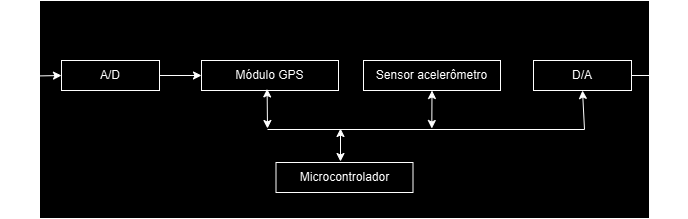
Earlier version of the draw.io export images/blocos-bike.png (JeanMagnus/bicicletario-universitario). Source tidied: cells renumbered, new cells last; positions are measured from the earlier drawing's top-left corner, leaving out a move shared by most shapes. The source it was exported from:
```xml
<mxGraphModel>
  <root>
    <mxCell id="0" />
    <mxCell id="1" parent="0" />
    <mxCell id="2" style="rounded=0;whiteSpace=wrap;html=1;" parent="1" vertex="1">
      <mxGeometry x="32" width="610" height="218" as="geometry" />
    </mxCell>
    <mxCell id="3" style="edgeStyle=orthogonalEdgeStyle;rounded=0;jettySize=auto;html=1;exitX=0;exitY=0.5;exitDx=0;exitDy=0;entryX=0;entryY=0.5;entryDx=0;entryDy=0;" parent="1" edge="1" target="5">
      <mxGeometry relative="1" as="geometry">
        <mxPoint y="75" as="sourcePoint" />
      </mxGeometry>
    </mxCell>
    <mxCell id="4" style="edgeStyle=orthogonalEdgeStyle;rounded=0;jettySize=auto;html=1;exitX=1;exitY=0.5;exitDx=0;exitDy=0;entryX=0;entryY=0.5;entryDx=0;entryDy=0;" parent="1" edge="1" source="5" target="6">
      <mxGeometry relative="1" as="geometry" />
    </mxCell>
    <mxCell id="5" value="A/D" style="rounded=0;whiteSpace=wrap;html=1;" parent="1" vertex="1">
      <mxGeometry x="54" y="60" width="98" height="30" as="geometry" />
    </mxCell>
    <mxCell id="6" value="Módulo GPS" style="rounded=0;whiteSpace=wrap;html=1;" parent="1" vertex="1">
      <mxGeometry x="194" y="60" width="137" height="30" as="geometry" />
    </mxCell>
    <mxCell id="7" value="Sensor acelerômetro" style="rounded=0;whiteSpace=wrap;html=1;" parent="1" vertex="1">
      <mxGeometry x="356" y="60" width="137" height="30" as="geometry" />
    </mxCell>
    <mxCell id="8" style="edgeStyle=orthogonalEdgeStyle;rounded=0;jettySize=auto;html=1;exitX=1;exitY=0.5;exitDx=0;exitDy=0;" parent="1" edge="1" source="9">
      <mxGeometry relative="1" as="geometry">
        <mxPoint x="672" y="75" as="targetPoint" />
      </mxGeometry>
    </mxCell>
    <mxCell id="9" value="D/A" style="rounded=0;whiteSpace=wrap;html=1;" parent="1" vertex="1">
      <mxGeometry x="526" y="60" width="98" height="30" as="geometry" />
    </mxCell>
    <mxCell id="10" value="Microcontrolador" style="rounded=0;whiteSpace=wrap;html=1;" parent="1" vertex="1">
      <mxGeometry x="268.5" y="162" width="137" height="30" as="geometry" />
    </mxCell>
    <mxCell id="11" style="endArrow=classic;html=1;rounded=0;entryX=0.5;entryY=1;entryDx=0;entryDy=0;" parent="1" edge="1" target="9">
      <mxGeometry relative="1" as="geometry">
        <mxPoint x="260" y="129" as="sourcePoint" />
        <Array as="points">
          <mxPoint x="577" y="129" />
        </Array>
      </mxGeometry>
    </mxCell>
    <mxCell id="12" style="endArrow=classic;startArrow=classic;html=1;rounded=0;" parent="1" edge="1">
      <mxGeometry relative="1" as="geometry">
        <mxPoint x="333" y="161" as="sourcePoint" />
        <mxPoint x="333" y="128" as="targetPoint" />
      </mxGeometry>
    </mxCell>
    <mxCell id="13" style="endArrow=classic;startArrow=classic;html=1;rounded=0;entryX=0.479;entryY=0.947;entryDx=0;entryDy=0;entryPerimeter=0;" parent="1" edge="1" target="6">
      <mxGeometry relative="1" as="geometry">
        <mxPoint x="260" y="128" as="sourcePoint" />
      </mxGeometry>
    </mxCell>
    <mxCell id="14" style="endArrow=classic;startArrow=classic;html=1;rounded=0;entryX=0.5;entryY=1;entryDx=0;entryDy=0;" parent="1" edge="1" target="7">
      <mxGeometry relative="1" as="geometry">
        <mxPoint x="424.3" y="128" as="sourcePoint" />
      </mxGeometry>
    </mxCell>
  </root>
</mxGraphModel>
```
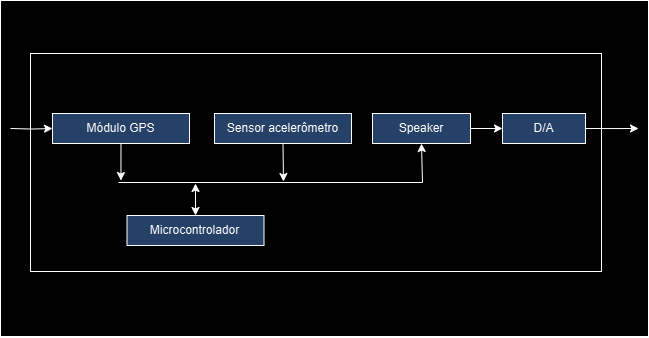
The same diagram one commit later.

Change to the diagram source:
```diff
@@ -2,60 +2,62 @@
   <root>
     <mxCell id="0" />
     <mxCell id="1" parent="0" />
+    <mxCell id="15" style="rounded=0;whiteSpace=wrap;html=1;shadow=0;" parent="1" vertex="1">
+      <mxGeometry x="142" y="-53" width="648" height="336" as="geometry" />
+    </mxCell>
     <mxCell id="2" style="rounded=0;whiteSpace=wrap;html=1;" parent="1" vertex="1">
-      <mxGeometry x="32" width="610" height="218" as="geometry" />
+      <mxGeometry x="172" width="571" height="218" as="geometry" />
     </mxCell>
-    <mxCell id="3" style="edgeStyle=orthogonalEdgeStyle;rounded=0;jettySize=auto;html=1;exitX=0;exitY=0.5;exitDx=0;exitDy=0;entryX=0;entryY=0.5;entryDx=0;entryDy=0;" parent="1" edge="1" target="5">
-      <mxGeometry relative="1" as="geometry">
-        <mxPoint y="75" as="sourcePoint" />
-      </mxGeometry>
-    </mxCell>
-    <mxCell id="4" style="edgeStyle=orthogonalEdgeStyle;rounded=0;jettySize=auto;html=1;exitX=1;exitY=0.5;exitDx=0;exitDy=0;entryX=0;entryY=0.5;entryDx=0;entryDy=0;" parent="1" edge="1" source="5" target="6">
-      <mxGeometry relative="1" as="geometry" />
+    <mxCell id="4" style="edgeStyle=orthogonalEdgeStyle;rounded=0;jettySize=auto;html=1;exitX=1;exitY=0.5;exitDx=0;exitDy=0;entryX=0;entryY=0.5;entryDx=0;entryDy=0;" parent="1" edge="1" target="6">
+      <mxGeometry relative="1" as="geometry">
+        <mxPoint x="152" y="75" as="sourcePoint" />
+      </mxGeometry>
     </mxCell>
-    <mxCell id="5" value="A/D" style="rounded=0;whiteSpace=wrap;html=1;" parent="1" vertex="1">
-      <mxGeometry x="54" y="60" width="98" height="30" as="geometry" />
-    </mxCell>
+    <mxCell id="16" style="edgeStyle=orthogonalEdgeStyle;rounded=0;jettySize=auto;html=1;exitX=0.5;exitY=1;exitDx=0;exitDy=0;" parent="1" edge="1" source="6">
+      <mxGeometry relative="1" as="geometry">
+        <mxPoint x="262.4" y="127" as="targetPoint" />
+      </mxGeometry>
+    </mxCell>
-    <mxCell id="6" value="Módulo GPS" style="rounded=0;whiteSpace=wrap;html=1;" parent="1" vertex="1">
+    <mxCell id="6" value="Módulo GPS" style="rounded=0;whiteSpace=wrap;html=1;fillColor=#A9C4EB;" parent="1" vertex="1">
       <mxGeometry x="194" y="60" width="137" height="30" as="geometry" />
     </mxCell>
+    <mxCell id="17" style="edgeStyle=orthogonalEdgeStyle;rounded=0;jettySize=auto;html=1;exitX=0.5;exitY=1;exitDx=0;exitDy=0;" parent="1" edge="1" source="7">
+      <mxGeometry relative="1" as="geometry">
+        <mxPoint x="425" y="128" as="targetPoint" />
+      </mxGeometry>
+    </mxCell>
-    <mxCell id="7" value="Sensor acelerômetro" style="rounded=0;whiteSpace=wrap;html=1;" parent="1" vertex="1">
+    <mxCell id="7" value="Sensor acelerômetro" style="rounded=0;whiteSpace=wrap;html=1;fillColor=#A9C4EB;" parent="1" vertex="1">
       <mxGeometry x="356" y="60" width="137" height="30" as="geometry" />
     </mxCell>
-    <mxCell id="8" style="edgeStyle=orthogonalEdgeStyle;rounded=0;jettySize=auto;html=1;exitX=1;exitY=0.5;exitDx=0;exitDy=0;" parent="1" edge="1" source="9">
-      <mxGeometry relative="1" as="geometry">
-        <mxPoint x="672" y="75" as="targetPoint" />
-      </mxGeometry>
-    </mxCell>
+    <mxCell id="18" style="edgeStyle=orthogonalEdgeStyle;rounded=0;jettySize=auto;html=1;exitX=1;exitY=0.5;exitDx=0;exitDy=0;entryX=0;entryY=0.5;entryDx=0;entryDy=0;" parent="1" edge="1" source="9" target="20">
+      <mxGeometry relative="1" as="geometry" />
+    </mxCell>
-    <mxCell id="9" value="D/A" style="rounded=0;whiteSpace=wrap;html=1;" parent="1" vertex="1">
-      <mxGeometry x="526" y="60" width="98" height="30" as="geometry" />
+    <mxCell id="9" value="Speaker" style="rounded=0;whiteSpace=wrap;html=1;fillColor=#A9C4EB;" parent="1" vertex="1">
+      <mxGeometry x="514" y="60" width="98" height="30" as="geometry" />
     </mxCell>
-    <mxCell id="10" value="Microcontrolador" style="rounded=0;whiteSpace=wrap;html=1;" parent="1" vertex="1">
+    <mxCell id="10" value="Microcontrolador" style="rounded=0;whiteSpace=wrap;html=1;fillColor=#A9C4EB;" parent="1" vertex="1">
       <mxGeometry x="268.5" y="162" width="137" height="30" as="geometry" />
     </mxCell>
     <mxCell id="11" style="endArrow=classic;html=1;rounded=0;entryX=0.5;entryY=1;entryDx=0;entryDy=0;" parent="1" edge="1" target="9">
       <mxGeometry relative="1" as="geometry">
         <mxPoint x="260" y="129" as="sourcePoint" />
         <Array as="points">
-          <mxPoint x="577" y="129" />
+          <mxPoint x="564" y="129" />
         </Array>
       </mxGeometry>
     </mxCell>
-    <mxCell id="12" style="endArrow=classic;startArrow=classic;html=1;rounded=0;" parent="1" edge="1">
-      <mxGeometry relative="1" as="geometry">
-        <mxPoint x="333" y="161" as="sourcePoint" />
-        <mxPoint x="333" y="128" as="targetPoint" />
-      </mxGeometry>
-    </mxCell>
-    <mxCell id="13" style="endArrow=classic;startArrow=classic;html=1;rounded=0;entryX=0.479;entryY=0.947;entryDx=0;entryDy=0;entryPerimeter=0;" parent="1" edge="1" target="6">
-      <mxGeometry relative="1" as="geometry">
-        <mxPoint x="260" y="128" as="sourcePoint" />
-      </mxGeometry>
-    </mxCell>
-    <mxCell id="14" style="endArrow=classic;startArrow=classic;html=1;rounded=0;entryX=0.5;entryY=1;entryDx=0;entryDy=0;" parent="1" edge="1" target="7">
-      <mxGeometry relative="1" as="geometry">
-        <mxPoint x="424.3" y="128" as="sourcePoint" />
-      </mxGeometry>
-    </mxCell>
+    <mxCell id="19" style="edgeStyle=orthogonalEdgeStyle;rounded=0;jettySize=auto;html=1;exitX=1;exitY=0.5;exitDx=0;exitDy=0;" parent="1" edge="1" source="20">
+      <mxGeometry relative="1" as="geometry">
+        <mxPoint x="780" y="75" as="targetPoint" />
+      </mxGeometry>
+    </mxCell>
+    <mxCell id="20" value="D/A" style="rounded=0;whiteSpace=wrap;html=1;fillColor=#A9C4EB;" parent="1" vertex="1">
+      <mxGeometry x="644" y="60" width="83" height="30" as="geometry" />
+    </mxCell>
+    <mxCell id="21" style="endArrow=classic;startArrow=classic;html=1;rounded=0;exitX=0.5;exitY=0;exitDx=0;exitDy=0;" parent="1" edge="1" source="10">
+      <mxGeometry relative="1" as="geometry">
+        <mxPoint x="337" y="130" as="targetPoint" />
+      </mxGeometry>
+    </mxCell>
   </root>
 </mxGraphModel>
```
